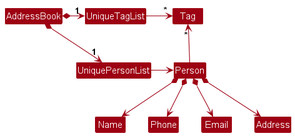
Above: docs/images/BetterModelClassDiagram.png in nus-cs2103-AY2425S1/tp (PlantUML), before the change.
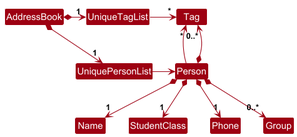
After the commit.

Diff of the diagram source:
```diff
@@ -14,8 +14,9 @@
 
 Person -up-> "*" Tag
 
-Person *--> Name
-Person *--> Phone
-Person *--> Email
-Person *--> Address
+Person *--> "1" Name
+Person *--> "1" StudentClass
+Person *--> "1" Phone
+Person *--> "0..*" Tag
+Person *--> "0..*" Group
 @enduml
```
